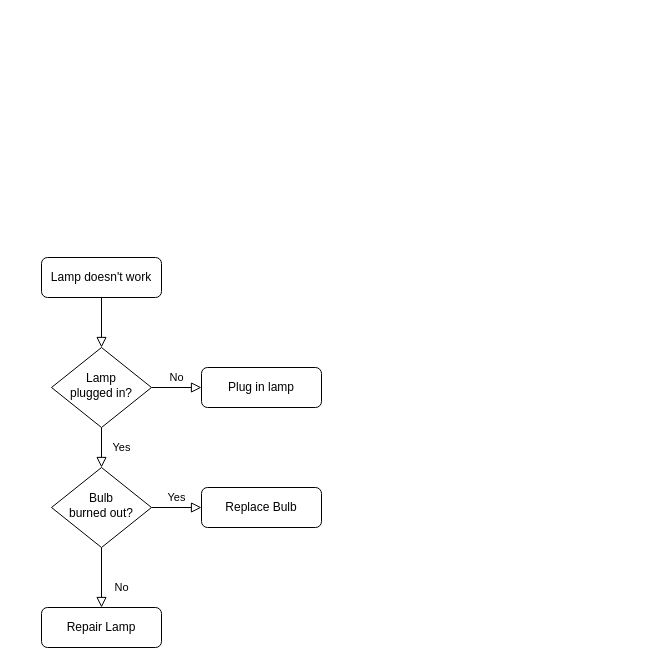
Before: Diagramma senza titolo.drawio in icivixwalter/MSYS_OGGETTI, a draw.io diagram. Source tidied: cells renumbered, new cells numbered last; positions are measured from the earlier drawing's top-left corner, leaving out a move shared by most shapes. Both pictures are drawn from the tidied source at 100%, with x=0, y=0 at pixel (41, 257).
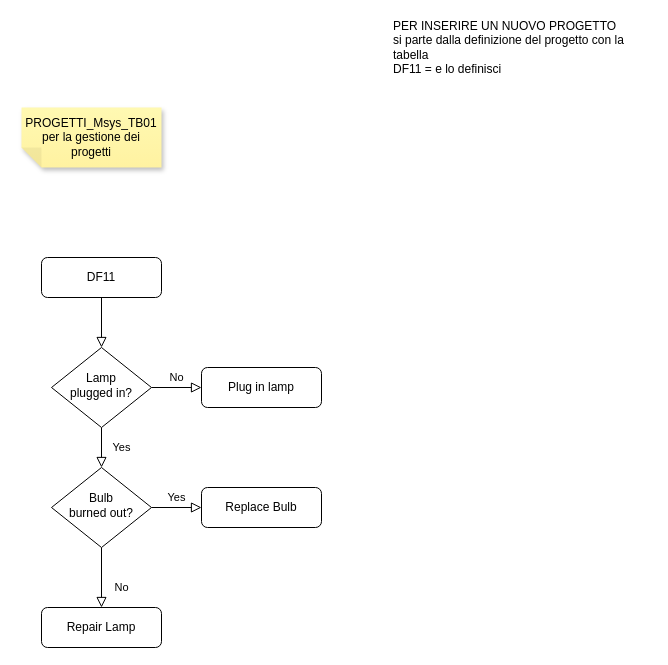
Above is the later version.

Diff of the diagram source:
```diff
@@
 <mxGraphModel>
   <root>
     <mxCell id="0" />
     <mxCell id="1" parent="0" />
     <mxCell id="2" style="rounded=0;html=1;jettySize=auto;fontSize=11;endArrow=block;endFill=0;endSize=8;strokeWidth=1;shadow=0;labelBackgroundColor=none;edgeStyle=orthogonalEdgeStyle;" parent="1" edge="1" source="3" target="6">
       <mxGeometry relative="1" as="geometry" />
     </mxCell>
-    <mxCell id="3" value="Lamp doesn't work" style="rounded=1;whiteSpace=wrap;html=1;fontSize=12;glass=0;strokeWidth=1;shadow=0;" parent="1" vertex="1">
+    <mxCell id="3" value="DF11" style="rounded=1;whiteSpace=wrap;html=1;fontSize=12;glass=0;strokeWidth=1;shadow=0;" parent="1" vertex="1">
       <mxGeometry width="120" height="40" as="geometry" />
     </mxCell>
     <mxCell id="4" value="Yes" style="rounded=0;html=1;jettySize=auto;fontSize=11;endArrow=block;endFill=0;endSize=8;strokeWidth=1;shadow=0;labelBackgroundColor=none;edgeStyle=orthogonalEdgeStyle;" parent="1" edge="1" source="6" target="10">
       <mxGeometry y="20" relative="1" as="geometry" />
     </mxCell>
     <mxCell id="5" value="No" style="edgeStyle=orthogonalEdgeStyle;rounded=0;html=1;jettySize=auto;fontSize=11;endArrow=block;endFill=0;endSize=8;strokeWidth=1;shadow=0;labelBackgroundColor=none;" parent="1" edge="1" source="6" target="7">
       <mxGeometry y="10" relative="1" as="geometry" />
     </mxCell>
     <mxCell id="6" value="Lamp&lt;br&gt;plugged in?" style="rhombus;whiteSpace=wrap;html=1;shadow=0;fontFamily=Helvetica;fontSize=12;align=center;strokeWidth=1;spacing=6;spacingTop=-4;" parent="1" vertex="1">
       <mxGeometry x="10" y="90" width="100" height="80" as="geometry" />
     </mxCell>
     <mxCell id="7" value="Plug in lamp" style="rounded=1;whiteSpace=wrap;html=1;fontSize=12;glass=0;strokeWidth=1;shadow=0;" parent="1" vertex="1">
       <mxGeometry x="160" y="110" width="120" height="40" as="geometry" />
     </mxCell>
     <mxCell id="8" value="No" style="rounded=0;html=1;jettySize=auto;fontSize=11;endArrow=block;endFill=0;endSize=8;strokeWidth=1;shadow=0;labelBackgroundColor=none;edgeStyle=orthogonalEdgeStyle;" parent="1" edge="1" source="10" target="11">
       <mxGeometry x="0.33" y="20" relative="1" as="geometry" />
     </mxCell>
     <mxCell id="9" value="Yes" style="edgeStyle=orthogonalEdgeStyle;rounded=0;html=1;jettySize=auto;fontSize=11;endArrow=block;endFill=0;endSize=8;strokeWidth=1;shadow=0;labelBackgroundColor=none;" parent="1" edge="1" source="10" target="12">
       <mxGeometry y="10" relative="1" as="geometry" />
     </mxCell>
     <mxCell id="10" value="Bulb&lt;br&gt;burned out?" style="rhombus;whiteSpace=wrap;html=1;shadow=0;fontFamily=Helvetica;fontSize=12;align=center;strokeWidth=1;spacing=6;spacingTop=-4;" parent="1" vertex="1">
       <mxGeometry x="10" y="210" width="100" height="80" as="geometry" />
     </mxCell>
     <mxCell id="11" value="Repair Lamp" style="rounded=1;whiteSpace=wrap;html=1;fontSize=12;glass=0;strokeWidth=1;shadow=0;" parent="1" vertex="1">
       <mxGeometry y="350" width="120" height="40" as="geometry" />
     </mxCell>
     <mxCell id="12" value="Replace Bulb" style="rounded=1;whiteSpace=wrap;html=1;fontSize=12;glass=0;strokeWidth=1;shadow=0;" parent="1" vertex="1">
       <mxGeometry x="160" y="230" width="120" height="40" as="geometry" />
     </mxCell>
+    <mxCell id="13" value="PROGETTI_Msys_TB01&lt;div&gt;per la gestione dei progetti&lt;/div&gt;" style="shape=note;whiteSpace=wrap;html=1;backgroundOutline=1;fontColor=#000000;darkOpacity=0.05;fillColor=#FFF9B2;strokeColor=none;fillStyle=solid;direction=west;gradientDirection=north;gradientColor=#FFF2A1;shadow=1;size=20;" parent="1" vertex="1">
+      <mxGeometry x="-20" y="-150" width="140" height="60" as="geometry" />
+    </mxCell>
+    <mxCell id="14" value="PER INSERIRE UN NUOVO PROGETTO&lt;div&gt;si parte dalla definizione del progetto con la&amp;nbsp;&lt;/div&gt;&lt;div&gt;tabella&amp;nbsp;&lt;/div&gt;&lt;div&gt;DF11 = e lo definisci&lt;/div&gt;" style="text;spacingTop=-5;whiteSpace=wrap;html=1;align=left;fontSize=12;fontFamily=Helvetica;fillColor=none;strokeColor=none;" parent="1" vertex="1">
+      <mxGeometry x="350" y="-240" width="260" height="180" as="geometry" />
+    </mxCell>
   </root>
 </mxGraphModel>
```
